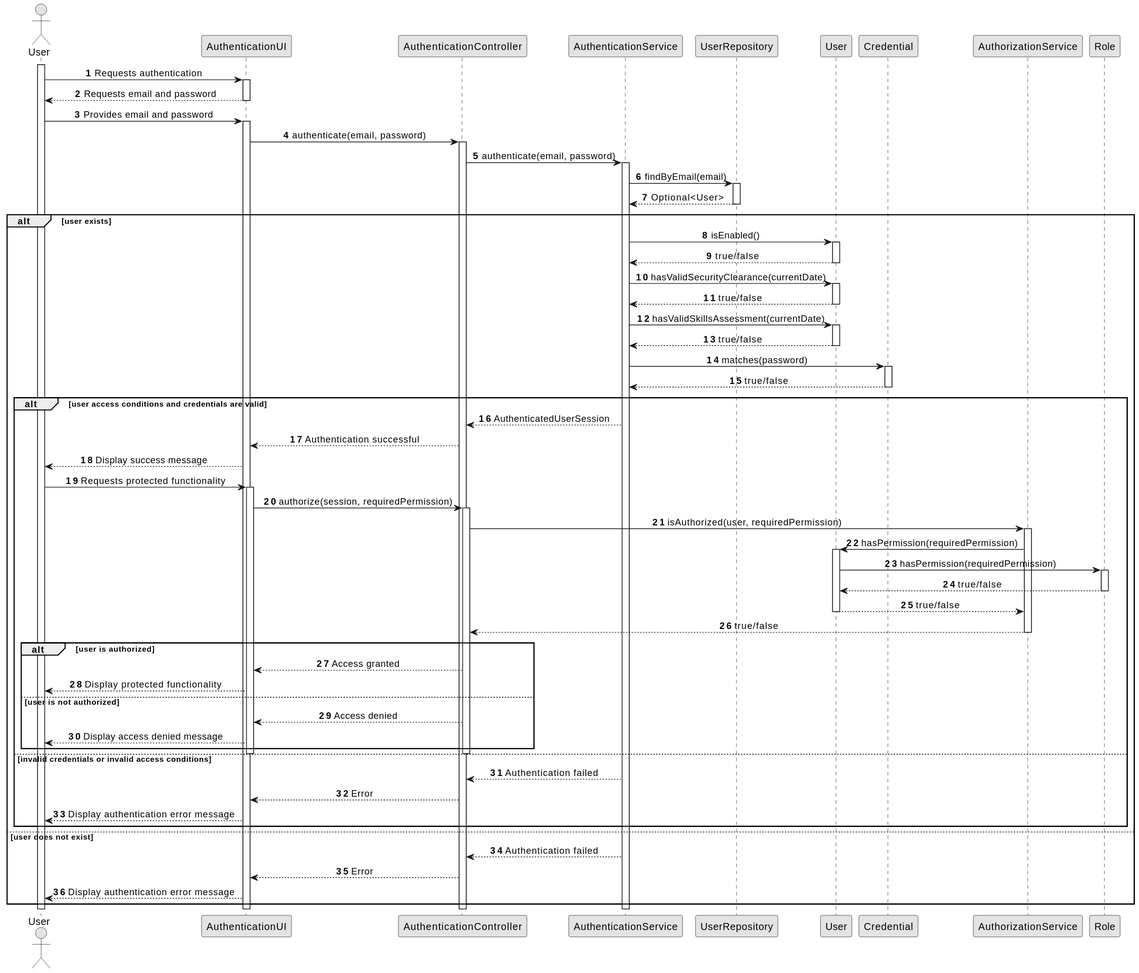
Above: docs/user-stories/02-identity-and-backoffice/US030/03.design/svg/US030-SD.svg in 1240537-brunorodrigues/sem4pi-2526-individual-1240537 (PlantUML), before the change.
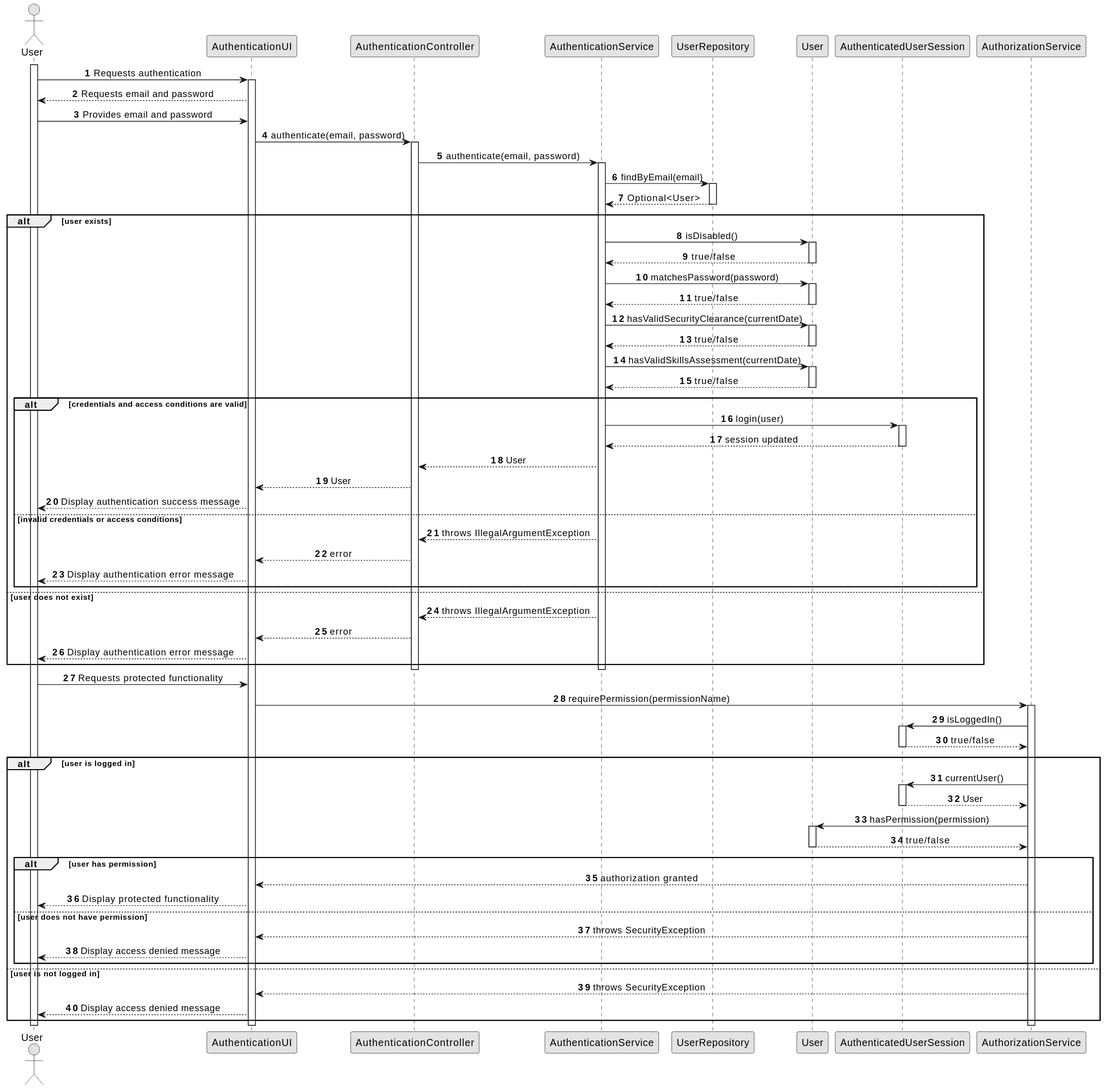
After the change.

What changed in the source:
```diff
@@ -6,42 +6,39 @@
 
 autonumber
 
-actor "User" as User
+actor "User" as UserActor
 participant "AuthenticationUI" as UI
 participant "AuthenticationController" as CTRL
 participant "AuthenticationService" as AuthService
 participant "UserRepository" as UserRepo
 participant "User" as UserEntity
-participant "Credential" as Credential
-participant "AuthorizationService" as AuthorizationService
-participant "Role" as Role
+participant "AuthenticatedUserSession" as Session
+participant "AuthorizationService" as AuthzService
 
-activate User
+activate UserActor
 
-User -> UI : Requests authentication
+UserActor -> UI : Requests authentication
+activate UI
+UI --> UserActor : Requests email and password
+UserActor -> UI : Provides email and password
 
-activate UI
-UI --> User : Requests email and password
-deactivate UI
-
-User -> UI : Provides email and password
-
-activate UI
 UI -> CTRL : authenticate(email, password)
-
 activate CTRL
 CTRL -> AuthService : authenticate(email, password)
+activate AuthService
 
-activate AuthService
 AuthService -> UserRepo : findByEmail(email)
-
 activate UserRepo
 UserRepo --> AuthService : Optional<User>
 deactivate UserRepo
 
 alt user exists
+    AuthService -> UserEntity : isDisabled()
+    activate UserEntity
+    UserEntity --> AuthService : true/false
+    deactivate UserEntity
 
-    AuthService -> UserEntity : isEnabled()
+    AuthService -> UserEntity : matchesPassword(password)
     activate UserEntity
     UserEntity --> AuthService : true/false
     deactivate UserEntity
@@ -56,65 +53,61 @@
     UserEntity --> AuthService : true/false
     deactivate UserEntity
 
-    AuthService -> Credential : matches(password)
-    activate Credential
-    Credential --> AuthService : true/false
-    deactivate Credential
+    alt credentials and access conditions are valid
+        AuthService -> Session : login(user)
+        activate Session
+        Session --> AuthService : session updated
+        deactivate Session
 
-    alt user access conditions and credentials are valid
-        AuthService --> CTRL : AuthenticatedUserSession
-        CTRL --> UI : Authentication successful
-        UI --> User : Display success message
-
-        User -> UI : Requests protected functionality
-
-        activate UI
-        UI -> CTRL : authorize(session, requiredPermission)
-
-        activate CTRL
-        CTRL -> AuthorizationService : isAuthorized(user, requiredPermission)
-
-        activate AuthorizationService
-        AuthorizationService -> UserEntity : hasPermission(requiredPermission)
-
-        activate UserEntity
-        UserEntity -> Role : hasPermission(requiredPermission)
-
-        activate Role
-        Role --> UserEntity : true/false
-        deactivate Role
-
-        UserEntity --> AuthorizationService : true/false
-        deactivate UserEntity
-
-        AuthorizationService --> CTRL : true/false
-        deactivate AuthorizationService
-
-        alt user is authorized
-            CTRL --> UI : Access granted
-            UI --> User : Display protected functionality
-        else user is not authorized
-            CTRL --> UI : Access denied
-            UI --> User : Display access denied message
-        end
-
-        deactivate CTRL
-        deactivate UI
-
-    else invalid credentials or invalid access conditions
-        AuthService --> CTRL : Authentication failed
-        CTRL --> UI : Error
-        UI --> User : Display authentication error message
+        AuthService --> CTRL : User
+        CTRL --> UI : User
+        UI --> UserActor : Display authentication success message
+    else invalid credentials or access conditions
+        AuthService --> CTRL : throws IllegalArgumentException
+        CTRL --> UI : error
+        UI --> UserActor : Display authentication error message
     end
-
 else user does not exist
-    AuthService --> CTRL : Authentication failed
-    CTRL --> UI : Error
-    UI --> User : Display authentication error message
+    AuthService --> CTRL : throws IllegalArgumentException
+    CTRL --> UI : error
+    UI --> UserActor : Display authentication error message
 end
 
 deactivate AuthService
 deactivate CTRL
+
+UserActor -> UI : Requests protected functionality
+UI -> AuthzService : requirePermission(permissionName)
+activate AuthzService
+AuthzService -> Session : isLoggedIn()
+activate Session
+Session --> AuthzService : true/false
+deactivate Session
+
+alt user is logged in
+    AuthzService -> Session : currentUser()
+    activate Session
+    Session --> AuthzService : User
+    deactivate Session
+
+    AuthzService -> UserEntity : hasPermission(permission)
+    activate UserEntity
+    UserEntity --> AuthzService : true/false
+    deactivate UserEntity
+
+    alt user has permission
+        AuthzService --> UI : authorization granted
+        UI --> UserActor : Display protected functionality
+    else user does not have permission
+        AuthzService --> UI : throws SecurityException
+        UI --> UserActor : Display access denied message
+    end
+else user is not logged in
+    AuthzService --> UI : throws SecurityException
+    UI --> UserActor : Display access denied message
+end
+
+deactivate AuthzService
 deactivate UI
-deactivate User
+deactivate UserActor
 @enduml
```
